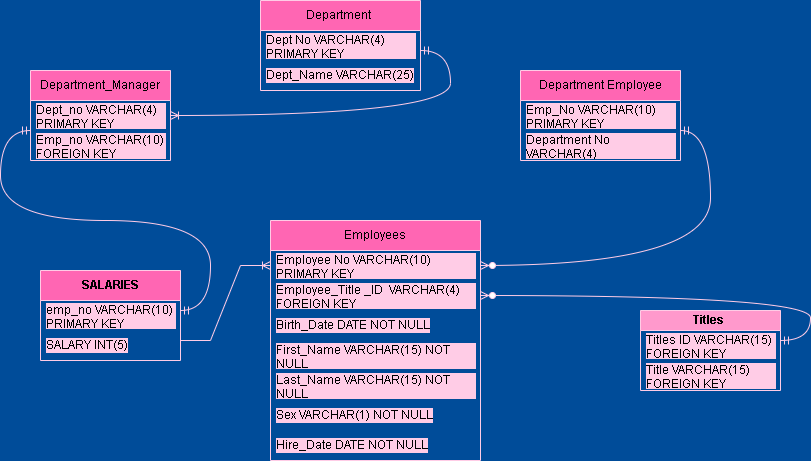
Above: Untitled Diagram.drawio.png in gv-priya/SQL-challenge (draw.io), before the change. Source tidied: cells renumbered, new cells last; positions are measured from the earlier drawing's top-left corner, leaving out a move shared by most shapes.
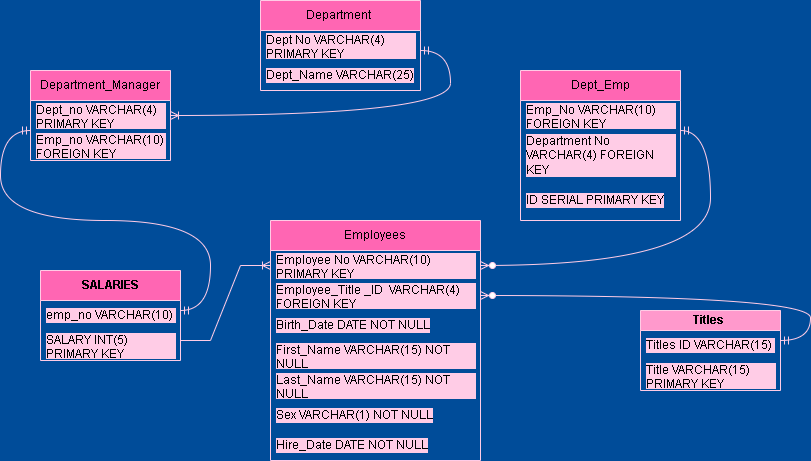
Later version of the same file.

Diff of the diagram source:
```diff
@@ -20,15 +20,18 @@
     <mxCell id="7" value="Dept_Name VARCHAR(25)" style="text;strokeColor=none;fillColor=none;align=left;verticalAlign=middle;spacingLeft=4;spacingRight=4;overflow=hidden;whiteSpace=wrap;html=1;labelBackgroundColor=#FFCCE6;" parent="5" vertex="1">
       <mxGeometry y="60" width="160" height="30" as="geometry" />
     </mxCell>
-    <mxCell id="8" value="Department Employee" style="swimlane;fontStyle=0;horizontal=1;startSize=30;whiteSpace=wrap;html=1;fillColor=#FF66B3;strokeColor=#FFCCE6;" parent="1" vertex="1">
-      <mxGeometry x="490" y="70" width="160" height="90" as="geometry" />
+    <mxCell id="8" value="Dept_Emp" style="swimlane;fontStyle=0;horizontal=1;startSize=30;whiteSpace=wrap;html=1;fillColor=#FF66B3;strokeColor=#FFCCE6;" parent="1" vertex="1">
+      <mxGeometry x="490" y="70" width="160" height="150" as="geometry" />
     </mxCell>
-    <mxCell id="9" value="Emp_No VARCHAR(10) PRIMARY KEY" style="text;strokeColor=none;fillColor=none;align=left;verticalAlign=middle;spacingLeft=4;spacingRight=4;overflow=hidden;whiteSpace=wrap;html=1;labelBackgroundColor=#FFCCE6;" parent="8" vertex="1">
+    <mxCell id="9" value="Emp_No VARCHAR(10) FOREIGN KEY&amp;nbsp;" style="text;strokeColor=none;fillColor=none;align=left;verticalAlign=middle;spacingLeft=4;spacingRight=4;overflow=hidden;whiteSpace=wrap;html=1;labelBackgroundColor=#FFCCE6;" parent="8" vertex="1">
       <mxGeometry y="30" width="160" height="30" as="geometry" />
     </mxCell>
-    <mxCell id="10" value="Department No VARCHAR(4)&amp;nbsp;" style="text;strokeColor=none;fillColor=none;align=left;verticalAlign=middle;spacingLeft=4;spacingRight=4;overflow=hidden;whiteSpace=wrap;html=1;labelBackgroundColor=#FFCCE6;" parent="8" vertex="1">
-      <mxGeometry y="60" width="160" height="30" as="geometry" />
+    <mxCell id="10" value="Department No VARCHAR(4) FOREIGN KEY" style="text;strokeColor=none;fillColor=none;align=left;verticalAlign=middle;spacingLeft=4;spacingRight=4;overflow=hidden;whiteSpace=wrap;html=1;labelBackgroundColor=#FFCCE6;" parent="8" vertex="1">
+      <mxGeometry y="60" width="160" height="50" as="geometry" />
     </mxCell>
+    <mxCell id="30" value="ID SERIAL PRIMARY KEY" style="text;strokeColor=none;fillColor=none;align=left;verticalAlign=middle;spacingLeft=4;spacingRight=4;overflow=hidden;whiteSpace=wrap;html=1;labelBackgroundColor=#FFCCE6;" parent="8" vertex="1">
+      <mxGeometry y="110" width="160" height="40" as="geometry" />
+    </mxCell>
     <mxCell id="11" value="Employees" style="swimlane;fontStyle=0;horizontal=1;startSize=30;whiteSpace=wrap;html=1;fillColor=#FF66B3;strokeColor=#FFCCE6;" parent="1" vertex="1">
       <mxGeometry x="240" y="220" width="210" height="240" as="geometry" />
     </mxCell>
@@ -56,19 +59,19 @@
     <mxCell id="19" value="Titles " style="swimlane;horizontal=1;startSize=20;whiteSpace=wrap;html=1;direction=east;fillColor=#FF99CC;strokeColor=#FFCCE6;" parent="1" vertex="1">
       <mxGeometry x="610" y="310" width="140" height="80" as="geometry" />
     </mxCell>
-    <mxCell id="20" value="Titles ID VARCHAR(15) FOREIGN KEY" style="text;strokeColor=none;fillColor=none;align=left;verticalAlign=middle;spacingLeft=4;spacingRight=4;overflow=hidden;whiteSpace=wrap;html=1;labelBackgroundColor=#FFCCE6;" parent="19" vertex="1">
+    <mxCell id="20" value="Titles ID VARCHAR(15)&amp;nbsp;" style="text;strokeColor=none;fillColor=none;align=left;verticalAlign=middle;spacingLeft=4;spacingRight=4;overflow=hidden;whiteSpace=wrap;html=1;labelBackgroundColor=#FFCCE6;" parent="19" vertex="1">
       <mxGeometry y="20" width="140" height="30" as="geometry" />
     </mxCell>
-    <mxCell id="21" value="Title VARCHAR(15) FOREIGN KEY" style="text;strokeColor=none;fillColor=none;align=left;verticalAlign=middle;spacingLeft=4;spacingRight=4;overflow=hidden;whiteSpace=wrap;html=1;labelBackgroundColor=#FFCCE6;" parent="19" vertex="1">
+    <mxCell id="21" value="Title VARCHAR(15) PRIMARY KEY" style="text;strokeColor=none;fillColor=none;align=left;verticalAlign=middle;spacingLeft=4;spacingRight=4;overflow=hidden;whiteSpace=wrap;html=1;labelBackgroundColor=#FFCCE6;" parent="19" vertex="1">
       <mxGeometry y="50" width="140" height="30" as="geometry" />
     </mxCell>
     <mxCell id="22" value="SALARIES" style="swimlane;horizontal=1;startSize=30;whiteSpace=wrap;html=1;fillColor=#FF66B3;strokeColor=#FFCCE6;" parent="1" vertex="1">
       <mxGeometry x="10" y="270" width="140" height="90" as="geometry" />
     </mxCell>
-    <mxCell id="23" value="emp_no VARCHAR(10) PRIMARY KEY" style="text;strokeColor=none;fillColor=none;align=left;verticalAlign=middle;spacingLeft=4;spacingRight=4;overflow=hidden;whiteSpace=wrap;html=1;labelBackgroundColor=#FFCCE6;" parent="22" vertex="1">
+    <mxCell id="23" value="emp_no VARCHAR(10)&amp;nbsp;" style="text;strokeColor=none;fillColor=none;align=left;verticalAlign=middle;spacingLeft=4;spacingRight=4;overflow=hidden;whiteSpace=wrap;html=1;labelBackgroundColor=#FFCCE6;" parent="22" vertex="1">
       <mxGeometry y="30" width="140" height="30" as="geometry" />
     </mxCell>
-    <mxCell id="24" value="SALARY INT(5)" style="text;strokeColor=none;fillColor=none;align=left;verticalAlign=middle;spacingLeft=4;spacingRight=4;overflow=hidden;whiteSpace=wrap;html=1;labelBackgroundColor=#FFCCE6;" parent="22" vertex="1">
+    <mxCell id="24" value="SALARY INT(5) PRIMARY KEY" style="text;strokeColor=none;fillColor=none;align=left;verticalAlign=middle;spacingLeft=4;spacingRight=4;overflow=hidden;whiteSpace=wrap;html=1;labelBackgroundColor=#FFCCE6;" parent="22" vertex="1">
       <mxGeometry y="60" width="140" height="30" as="geometry" />
     </mxCell>
     <mxCell id="25" style="edgeStyle=entityRelationEdgeStyle;fontSize=12;html=1;endArrow=ERoneToMany;rounded=0;entryX=0;entryY=0.5;entryDx=0;entryDy=0;strokeColor=#FFCCE6;" parent="1" edge="1" target="12">
```
